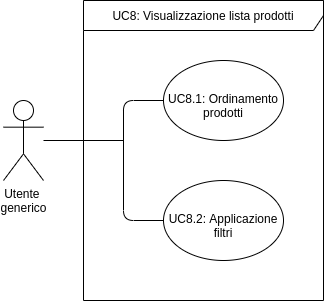
This is Images/AnalisiRequisiti/UC08.png from techsweave/TechSWEaveDocumentation, a draw.io export, as it was before one commit. Source tidied: cells renumbered, new cells last; positions are measured from the earlier drawing's top-left corner, leaving out a move shared by most shapes. Its diagram source:
```xml
<mxGraphModel>
  <root>
    <mxCell id="0" />
    <mxCell id="1" parent="0" />
    <mxCell id="2" value="UC8: Visualizzazione lista prodotti" style="shape=umlFrame;whiteSpace=wrap;html=1;width=260;height=30;fillColor=none;" parent="1" vertex="1">
      <mxGeometry x="80" width="240" height="300" as="geometry" />
    </mxCell>
    <mxCell id="3" style="edgeStyle=orthogonalEdgeStyle;rounded=0;jettySize=auto;html=1;entryX=0;entryY=0.5;entryDx=0;entryDy=0;strokeColor=none;" parent="1" edge="1" source="4" target="5">
      <mxGeometry relative="1" as="geometry" />
    </mxCell>
    <mxCell id="4" value="&lt;div&gt;Utente &lt;br&gt;&lt;/div&gt;&lt;div&gt;generico&lt;/div&gt;" style="shape=umlActor;verticalLabelPosition=bottom;verticalAlign=top;html=1;outlineConnect=0;" parent="1" vertex="1">
      <mxGeometry y="100" width="40" height="80" as="geometry" />
    </mxCell>
    <mxCell id="5" value="UC8.1: Ordinamento prodotti" style="ellipse;whiteSpace=wrap;html=1;spacingTop=10;fillColor=none;" parent="1" vertex="1">
      <mxGeometry x="160" y="60" width="120" height="80" as="geometry" />
    </mxCell>
    <mxCell id="6" value="UC8.2: Applicazione filtri" style="ellipse;whiteSpace=wrap;html=1;spacingTop=10;fillColor=none;" parent="1" vertex="1">
      <mxGeometry x="160" y="180" width="120" height="80" as="geometry" />
    </mxCell>
    <mxCell id="7" style="endArrow=none;html=1;" parent="1" edge="1">
      <mxGeometry relative="1" as="geometry">
        <mxPoint x="40" y="140" as="sourcePoint" />
        <mxPoint x="120" y="140" as="targetPoint" />
      </mxGeometry>
    </mxCell>
    <mxCell id="8" style="endArrow=none;html=1;entryX=0;entryY=0.5;entryDx=0;entryDy=0;exitX=0;exitY=0.5;exitDx=0;exitDy=0;" parent="1" edge="1" source="5" target="6">
      <mxGeometry relative="1" as="geometry">
        <Array as="points">
          <mxPoint x="120" y="100" />
          <mxPoint x="120" y="220" />
        </Array>
      </mxGeometry>
    </mxCell>
  </root>
</mxGraphModel>
```
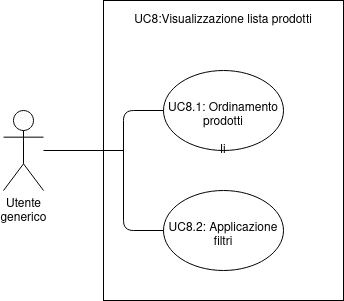
After the change.

The edit, as a diff of the source:
```diff
@@ -2,9 +2,9 @@
   <root>
     <mxCell id="0" />
     <mxCell id="1" parent="0" />
-    <mxCell id="2" value="UC8: Visualizzazione lista prodotti" style="shape=umlFrame;whiteSpace=wrap;html=1;width=260;height=30;fillColor=none;" parent="1" vertex="1">
-      <mxGeometry x="80" width="240" height="300" as="geometry" />
-    </mxCell>
+    <mxCell id="9" value="li" style="rounded=0;whiteSpace=wrap;html=1;fillColor=none;" parent="1" vertex="1">
+      <mxGeometry x="100" y="-10" width="240" height="300" as="geometry" />
+    </mxCell>
     <mxCell id="3" style="edgeStyle=orthogonalEdgeStyle;rounded=0;jettySize=auto;html=1;entryX=0;entryY=0.5;entryDx=0;entryDy=0;strokeColor=none;" parent="1" edge="1" source="4" target="5">
       <mxGeometry relative="1" as="geometry" />
     </mxCell>
@@ -31,5 +31,8 @@
         </Array>
       </mxGeometry>
     </mxCell>
+    <mxCell id="10" value="UC8:Visualizzazione lista prodotti " style="text;html=1;strokeColor=none;fillColor=none;align=center;verticalAlign=middle;whiteSpace=wrap;rounded=0;" parent="1" vertex="1">
+      <mxGeometry x="120" width="200" height="20" as="geometry" />
+    </mxCell>
   </root>
 </mxGraphModel>
```
